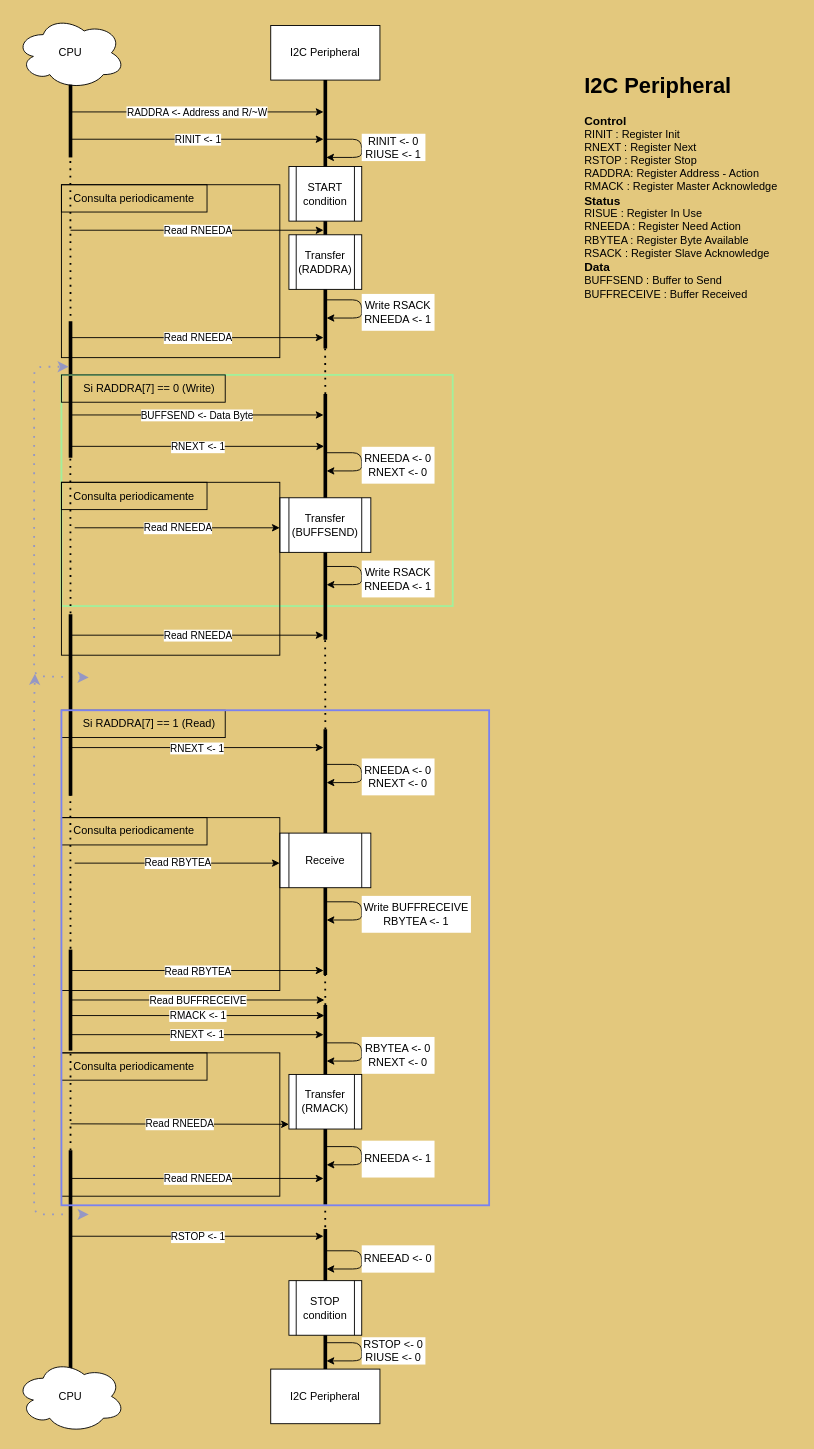
Before: i2c/diagrams/sequence.drawio in safehehe/Digital2_pero_no_estoy_inscrito, a draw.io diagram. Source tidied: cells renumbered, new cells numbered last; positions are measured from the earlier drawing's top-left corner, leaving out a move shared by most shapes. Both pictures are drawn from the tidied source at 91%, with x=0, y=0 at pixel (15, 16).
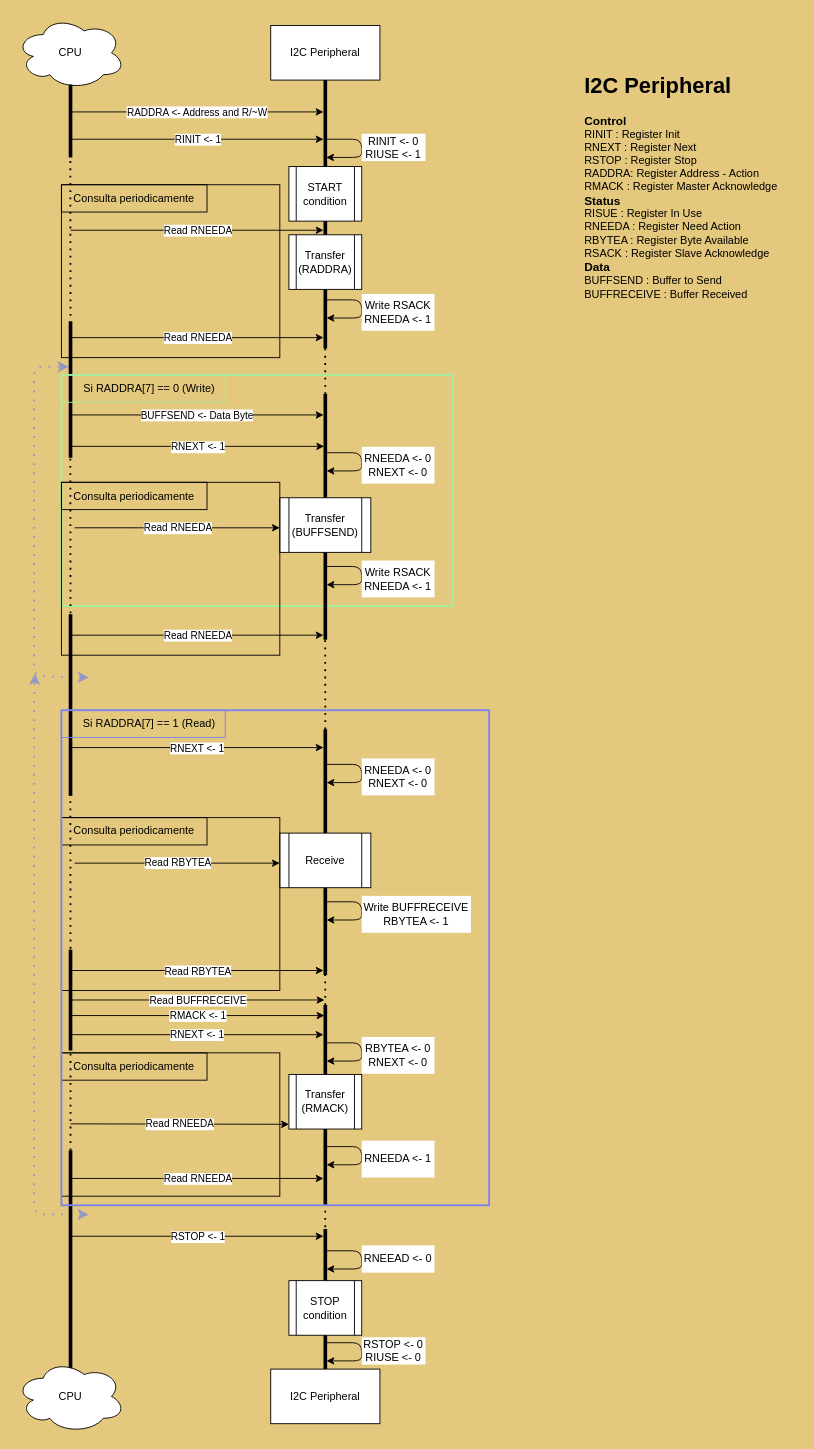
The same page after the edit.

Commit message (it also covers changes not shown here):
Diagrama de secuencia i2c

The edit, as a diff of the source:
```diff
@@
-    <mxCell id="31" value="&amp;nbsp; &amp;nbsp; Si RADDRA[7] == 0 (Write)" style="text;html=1;strokeColor=default;fillColor=none;align=center;verticalAlign=middle;whiteSpace=wrap;rounded=0;" parent="1" vertex="1">
+    <mxCell id="31" value="&amp;nbsp; &amp;nbsp; Si RADDRA[7] == 0 (Write)" style="text;html=1;strokeColor=#A2F09C;fillColor=none;align=center;verticalAlign=middle;whiteSpace=wrap;rounded=0;" parent="1" vertex="1">
       <mxGeometry x="50" y="393.5" width="180" height="30" as="geometry" />
     </mxCell>
@@
-    <mxCell id="50" value="&amp;nbsp; &amp;nbsp; Si RADDRA[7] == 1 (Read)" style="text;html=1;strokeColor=default;fillColor=none;align=center;verticalAlign=middle;whiteSpace=wrap;rounded=0;" parent="1" vertex="1">
+    <mxCell id="50" value="&amp;nbsp; &amp;nbsp; Si RADDRA[7] == 1 (Read)" style="text;html=1;strokeColor=#7A82F0;fillColor=none;align=center;verticalAlign=middle;whiteSpace=wrap;rounded=0;" parent="1" vertex="1">
       <mxGeometry x="50" y="762" width="180" height="30" as="geometry" />
     </mxCell>
```
